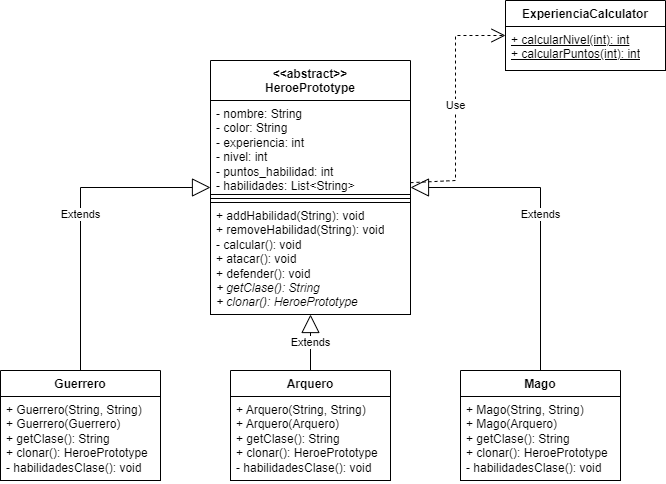
The draw.io diagram src/solucion1/diagrama.drawio.png in pipe1408/ArquiSoftware-Patrones, before a commit. Source tidied: cells renumbered, new cells last; positions are measured from the earlier drawing's top-left corner, leaving out a move shared by most shapes.
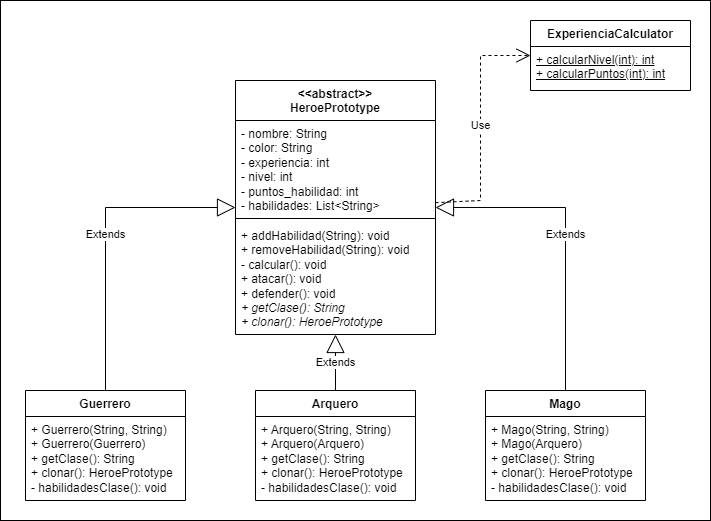
Above is the later version.

Diff of the diagram source:
```diff
@@ -1,61 +1,64 @@
-<mxGraphModel>
+<mxGraphModel background="#FFFFFF">
   <root>
     <mxCell id="0" />
     <mxCell id="1" parent="0" />
+    <mxCell id="18" style="rounded=0;whiteSpace=wrap;html=1;" parent="1" vertex="1">
+      <mxGeometry x="-25" y="-20" width="710" height="520" as="geometry" />
+    </mxCell>
-    <mxCell id="2" value="&lt;div&gt;&amp;lt;&amp;lt;abstract&amp;gt;&amp;gt;&lt;/div&gt;HeroePrototype" style="swimlane;fontStyle=1;align=center;verticalAlign=top;horizontal=1;startSize=40;whiteSpace=wrap;html=1;fillColor=#FFFFFF;strokeColor=default;" parent="1" vertex="1">
+    <mxCell id="2" value="&lt;div&gt;&amp;lt;&amp;lt;abstract&amp;gt;&amp;gt;&lt;/div&gt;HeroePrototype" style="swimlane;fontStyle=1;align=center;verticalAlign=top;horizontal=1;startSize=40;whiteSpace=wrap;html=1;" parent="1" vertex="1">
       <mxGeometry x="210" y="60" width="200" height="254" as="geometry" />
     </mxCell>
-    <mxCell id="3" value="- nombre: String&lt;div&gt;- color: String&lt;br&gt;&lt;/div&gt;&lt;div&gt;- experiencia: int&lt;br&gt;&lt;/div&gt;&lt;div&gt;- nivel: int&lt;br&gt;&lt;/div&gt;&lt;div&gt;- puntos_habilidad: int&lt;br&gt;&lt;/div&gt;&lt;div&gt;- habilidades: List&amp;lt;String&amp;gt;&lt;br&gt;&lt;/div&gt;" style="text;strokeColor=default;fillColor=#FFFFFF;align=left;verticalAlign=top;spacingLeft=4;spacingRight=4;overflow=hidden;whiteSpace=wrap;html=1;" parent="2" vertex="1">
+    <mxCell id="3" value="- nombre: String&lt;div&gt;- color: String&lt;br&gt;&lt;/div&gt;&lt;div&gt;- experiencia: int&lt;br&gt;&lt;/div&gt;&lt;div&gt;- nivel: int&lt;br&gt;&lt;/div&gt;&lt;div&gt;- puntos_habilidad: int&lt;br&gt;&lt;/div&gt;&lt;div&gt;- habilidades: List&amp;lt;String&amp;gt;&lt;br&gt;&lt;/div&gt;" style="text;strokeColor=none;fillColor=none;align=left;verticalAlign=top;spacingLeft=4;spacingRight=4;overflow=hidden;whiteSpace=wrap;html=1;" parent="2" vertex="1">
       <mxGeometry y="40" width="200" height="94" as="geometry" />
     </mxCell>
-    <mxCell id="4" style="line;strokeWidth=1;fillColor=#FFFFFF;align=left;verticalAlign=middle;spacingTop=-1;spacingLeft=3;spacingRight=3;labelPosition=right;strokeColor=default;" parent="2" vertex="1">
+    <mxCell id="4" style="line;strokeWidth=1;fillColor=none;align=left;verticalAlign=middle;spacingTop=-1;spacingLeft=3;spacingRight=3;labelPosition=right;strokeColor=inherit;" parent="2" vertex="1">
       <mxGeometry y="134" width="200" height="8" as="geometry" />
     </mxCell>
-    <mxCell id="5" value="+ addHabilidad(String): void&lt;br&gt;&lt;div&gt;&lt;span style=&quot;background-color: initial;&quot;&gt;+ removeHabilidad(String): void&lt;/span&gt;&lt;/div&gt;&lt;div&gt;&lt;span style=&quot;background-color: initial;&quot;&gt;- calcular(): void&lt;/span&gt;&lt;br&gt;&lt;/div&gt;&lt;div&gt;+ atacar(): void&lt;br&gt;&lt;/div&gt;&lt;div&gt;+ defender(): void&lt;br&gt;&lt;/div&gt;&lt;div&gt;&lt;i&gt;+ getClase(): String&lt;br&gt;&lt;/i&gt;&lt;/div&gt;&lt;div&gt;&lt;i&gt;+ clonar(): HeroePrototype&lt;/i&gt;&lt;/div&gt;&lt;div&gt;&lt;br&gt;&lt;/div&gt;" style="text;strokeColor=default;fillColor=#FFFFFF;align=left;verticalAlign=top;spacingLeft=4;spacingRight=4;overflow=hidden;whiteSpace=wrap;html=1;" parent="2" vertex="1">
+    <mxCell id="5" value="+ addHabilidad(String): void&lt;br&gt;&lt;div&gt;&lt;span style=&quot;background-color: initial;&quot;&gt;+ removeHabilidad(String): void&lt;/span&gt;&lt;/div&gt;&lt;div&gt;&lt;span style=&quot;background-color: initial;&quot;&gt;- calcular(): void&lt;/span&gt;&lt;br&gt;&lt;/div&gt;&lt;div&gt;+ atacar(): void&lt;br&gt;&lt;/div&gt;&lt;div&gt;+ defender(): void&lt;br&gt;&lt;/div&gt;&lt;div&gt;&lt;i&gt;+ getClase(): String&lt;br&gt;&lt;/i&gt;&lt;/div&gt;&lt;div&gt;&lt;i&gt;+ clonar(): HeroePrototype&lt;/i&gt;&lt;/div&gt;&lt;div&gt;&lt;br&gt;&lt;/div&gt;" style="text;strokeColor=none;fillColor=none;align=left;verticalAlign=top;spacingLeft=4;spacingRight=4;overflow=hidden;whiteSpace=wrap;html=1;" parent="2" vertex="1">
       <mxGeometry y="142" width="200" height="112" as="geometry" />
     </mxCell>
-    <mxCell id="6" value="Guerrero" style="swimlane;fontStyle=1;align=center;verticalAlign=top;horizontal=1;startSize=26;whiteSpace=wrap;html=1;fillColor=#FFFFFF;strokeColor=default;" parent="1" vertex="1">
+    <mxCell id="6" value="Guerrero" style="swimlane;fontStyle=1;align=center;verticalAlign=top;horizontal=1;startSize=26;whiteSpace=wrap;html=1;" parent="1" vertex="1">
       <mxGeometry y="370" width="160" height="110" as="geometry" />
     </mxCell>
-    <mxCell id="7" value="&lt;div&gt;+ Guerrero(String, String)&lt;br&gt;&lt;/div&gt;&lt;div&gt;+ Guerrero(Guerrero)&lt;/div&gt;&lt;div&gt;+ getClase(): String&lt;br&gt;&lt;/div&gt;&lt;div&gt;+ clonar(): HeroePrototype&lt;br&gt;&lt;/div&gt;&lt;div&gt;- habilidadesClase(): void&lt;br&gt;&lt;/div&gt;" style="text;strokeColor=default;fillColor=#FFFFFF;align=left;verticalAlign=top;spacingLeft=4;spacingRight=4;overflow=hidden;whiteSpace=wrap;html=1;" parent="6" vertex="1">
+    <mxCell id="7" value="&lt;div&gt;+ Guerrero(String, String)&lt;br&gt;&lt;/div&gt;&lt;div&gt;+ Guerrero(Guerrero)&lt;/div&gt;&lt;div&gt;+ getClase(): String&lt;br&gt;&lt;/div&gt;&lt;div&gt;+ clonar(): HeroePrototype&lt;br&gt;&lt;/div&gt;&lt;div&gt;- habilidadesClase(): void&lt;br&gt;&lt;/div&gt;" style="text;strokeColor=none;fillColor=none;align=left;verticalAlign=top;spacingLeft=4;spacingRight=4;overflow=hidden;whiteSpace=wrap;html=1;" parent="6" vertex="1">
       <mxGeometry y="26" width="160" height="84" as="geometry" />
     </mxCell>
-    <mxCell id="8" value="Arquero" style="swimlane;fontStyle=1;align=center;verticalAlign=top;horizontal=1;startSize=26;whiteSpace=wrap;html=1;fillColor=#FFFFFF;strokeColor=default;" parent="1" vertex="1">
+    <mxCell id="8" value="Arquero" style="swimlane;fontStyle=1;align=center;verticalAlign=top;horizontal=1;startSize=26;whiteSpace=wrap;html=1;" parent="1" vertex="1">
       <mxGeometry x="230" y="370" width="160" height="110" as="geometry" />
     </mxCell>
-    <mxCell id="9" value="&lt;div&gt;+ Arquero(String, String)&lt;br&gt;&lt;/div&gt;&lt;div&gt;+ Arquero(Arquero)&lt;/div&gt;&lt;div&gt;+ getClase(): String&lt;br&gt;&lt;/div&gt;&lt;div&gt;+ clonar(): HeroePrototype&lt;br&gt;&lt;/div&gt;&lt;div&gt;- habilidadesClase(): void&lt;br&gt;&lt;/div&gt;" style="text;strokeColor=default;fillColor=#FFFFFF;align=left;verticalAlign=top;spacingLeft=4;spacingRight=4;overflow=hidden;whiteSpace=wrap;html=1;" parent="8" vertex="1">
+    <mxCell id="9" value="&lt;div&gt;+ Arquero(String, String)&lt;br&gt;&lt;/div&gt;&lt;div&gt;+ Arquero(Arquero)&lt;/div&gt;&lt;div&gt;+ getClase(): String&lt;br&gt;&lt;/div&gt;&lt;div&gt;+ clonar(): HeroePrototype&lt;br&gt;&lt;/div&gt;&lt;div&gt;- habilidadesClase(): void&lt;br&gt;&lt;/div&gt;" style="text;strokeColor=none;fillColor=none;align=left;verticalAlign=top;spacingLeft=4;spacingRight=4;overflow=hidden;whiteSpace=wrap;html=1;" parent="8" vertex="1">
       <mxGeometry y="26" width="160" height="84" as="geometry" />
     </mxCell>
-    <mxCell id="10" value="Mago" style="swimlane;fontStyle=1;align=center;verticalAlign=top;horizontal=1;startSize=26;whiteSpace=wrap;html=1;fillColor=#FFFFFF;strokeColor=default;" parent="1" vertex="1">
+    <mxCell id="10" value="Mago" style="swimlane;fontStyle=1;align=center;verticalAlign=top;horizontal=1;startSize=26;whiteSpace=wrap;html=1;" parent="1" vertex="1">
       <mxGeometry x="460" y="370" width="160" height="110" as="geometry" />
     </mxCell>
-    <mxCell id="11" value="&lt;div&gt;+ Mago(String, String)&lt;br&gt;&lt;/div&gt;&lt;div&gt;+ Mago(Arquero)&lt;/div&gt;&lt;div&gt;+ getClase(): String&lt;br&gt;&lt;/div&gt;&lt;div&gt;+ clonar(): HeroePrototype&lt;br&gt;&lt;/div&gt;&lt;div&gt;- habilidadesClase(): void&lt;br&gt;&lt;/div&gt;" style="text;strokeColor=default;fillColor=#FFFFFF;align=left;verticalAlign=top;spacingLeft=4;spacingRight=4;overflow=hidden;whiteSpace=wrap;html=1;" parent="10" vertex="1">
+    <mxCell id="11" value="&lt;div&gt;+ Mago(String, String)&lt;br&gt;&lt;/div&gt;&lt;div&gt;+ Mago(Arquero)&lt;/div&gt;&lt;div&gt;+ getClase(): String&lt;br&gt;&lt;/div&gt;&lt;div&gt;+ clonar(): HeroePrototype&lt;br&gt;&lt;/div&gt;&lt;div&gt;- habilidadesClase(): void&lt;br&gt;&lt;/div&gt;" style="text;strokeColor=none;fillColor=none;align=left;verticalAlign=top;spacingLeft=4;spacingRight=4;overflow=hidden;whiteSpace=wrap;html=1;" parent="10" vertex="1">
       <mxGeometry y="26" width="160" height="84" as="geometry" />
     </mxCell>
-    <mxCell id="12" value="Extends" style="endArrow=block;endSize=16;endFill=0;html=1;rounded=0;fillColor=#FFFFFF;strokeColor=default;" parent="1" edge="1" source="6" target="2">
+    <mxCell id="12" value="Extends" style="endArrow=block;endSize=16;endFill=0;html=1;rounded=0;" parent="1" edge="1" source="6" target="2">
       <mxGeometry relative="1" as="geometry">
         <Array as="points">
           <mxPoint x="80" y="187" />
         </Array>
       </mxGeometry>
     </mxCell>
-    <mxCell id="13" value="Extends" style="endArrow=block;endSize=16;endFill=0;html=1;rounded=0;fillColor=#FFFFFF;strokeColor=default;" parent="1" edge="1" source="10" target="2">
+    <mxCell id="13" value="Extends" style="endArrow=block;endSize=16;endFill=0;html=1;rounded=0;" parent="1" edge="1" source="10" target="2">
       <mxGeometry relative="1" as="geometry">
         <Array as="points">
           <mxPoint x="540" y="187" />
         </Array>
       </mxGeometry>
     </mxCell>
-    <mxCell id="14" value="Extends" style="endArrow=block;endSize=16;endFill=0;html=1;rounded=0;fillColor=#FFFFFF;strokeColor=default;" parent="1" edge="1" source="8" target="2">
+    <mxCell id="14" value="Extends" style="endArrow=block;endSize=16;endFill=0;html=1;rounded=0;" parent="1" edge="1" source="8" target="2">
       <mxGeometry relative="1" as="geometry" />
     </mxCell>
-    <mxCell id="15" value="ExperienciaCalculator" style="swimlane;fontStyle=1;align=center;verticalAlign=top;horizontal=1;startSize=26;whiteSpace=wrap;html=1;fillColor=#FFFFFF;strokeColor=default;" parent="1" vertex="1">
+    <mxCell id="15" value="ExperienciaCalculator" style="swimlane;fontStyle=1;align=center;verticalAlign=top;horizontal=1;startSize=26;whiteSpace=wrap;html=1;" parent="1" vertex="1">
       <mxGeometry x="505" width="160" height="70" as="geometry" />
     </mxCell>
-    <mxCell id="16" value="&lt;div&gt;&lt;u&gt;+ calcularNivel(int): int&lt;br&gt;&lt;/u&gt;&lt;/div&gt;&lt;div&gt;&lt;div&gt;&lt;u&gt;+ calcularPuntos(int): int&lt;br&gt;&lt;/u&gt;&lt;/div&gt;&lt;div&gt;&lt;br&gt;&lt;/div&gt;&lt;/div&gt;" style="text;strokeColor=default;fillColor=#FFFFFF;align=left;verticalAlign=top;spacingLeft=4;spacingRight=4;overflow=hidden;whiteSpace=wrap;html=1;" parent="15" vertex="1">
+    <mxCell id="16" value="&lt;div&gt;&lt;u&gt;+ calcularNivel(int): int&lt;br&gt;&lt;/u&gt;&lt;/div&gt;&lt;div&gt;&lt;div&gt;&lt;u&gt;+ calcularPuntos(int): int&lt;br&gt;&lt;/u&gt;&lt;/div&gt;&lt;div&gt;&lt;br&gt;&lt;/div&gt;&lt;/div&gt;" style="text;strokeColor=none;fillColor=none;align=left;verticalAlign=top;spacingLeft=4;spacingRight=4;overflow=hidden;whiteSpace=wrap;html=1;" parent="15" vertex="1">
       <mxGeometry y="26" width="160" height="44" as="geometry" />
     </mxCell>
-    <mxCell id="17" value="Use" style="endArrow=open;endSize=12;dashed=1;html=1;rounded=0;fillColor=#FFFFFF;strokeColor=default;" parent="1" edge="1" source="2" target="15">
+    <mxCell id="17" value="Use" style="endArrow=open;endSize=12;dashed=1;html=1;rounded=0;" parent="1" edge="1" source="2" target="15">
       <mxGeometry relative="1" as="geometry">
         <Array as="points">
           <mxPoint x="455" y="180" />
```
